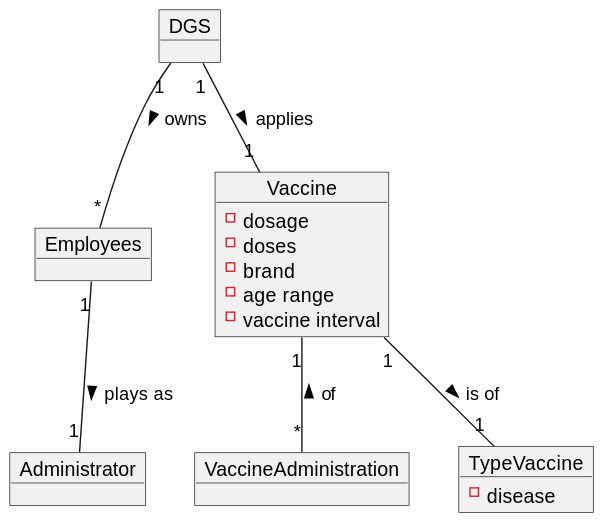
The PlantUML diagram docs/SprintB/US013/US013_DM.svg in osnilas/SNSsystem, before a commit. Source of this version:
```plantuml
@startuml

object DGS
object Employees
object Administrator
object Vaccine{
-dosage
-doses
-brand
-age range
-vaccine interval

}
object VaccineAdministration
object TypeVaccine{
-disease
}


DGS"1" -- "*"Employees : > owns
DGS "1"--"1" Vaccine : > applies
Vaccine"1" --"1" TypeVaccine:> is of
Vaccine"1" -- "*"VaccineAdministration: < of
Employees"1"--"1" Administrator: > plays as

@enduml
```
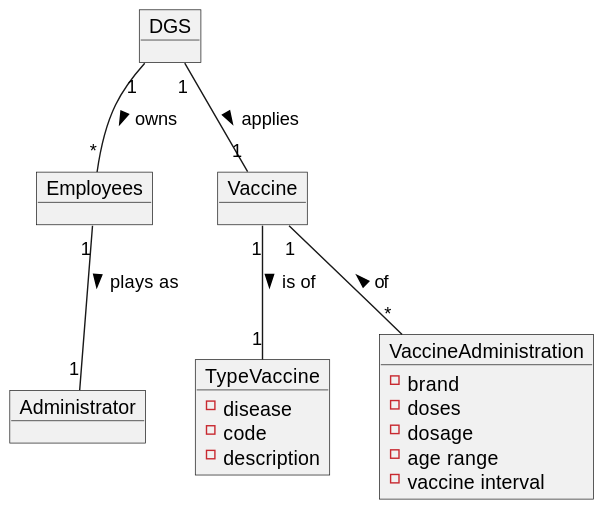
Above is the later version.

Change to the diagram source:
```diff
@@ -3,17 +3,18 @@
 object DGS
 object Employees
 object Administrator
-object Vaccine{
+object Vaccine
+object TypeVaccine {
+-disease
+-code
+-description
+}
+object VaccineAdministration {
+-brand
+-doses
 -dosage
--doses
--brand
 -age range
 -vaccine interval
-
-}
-object VaccineAdministration
-object TypeVaccine{
--disease
 }
 
 
```
